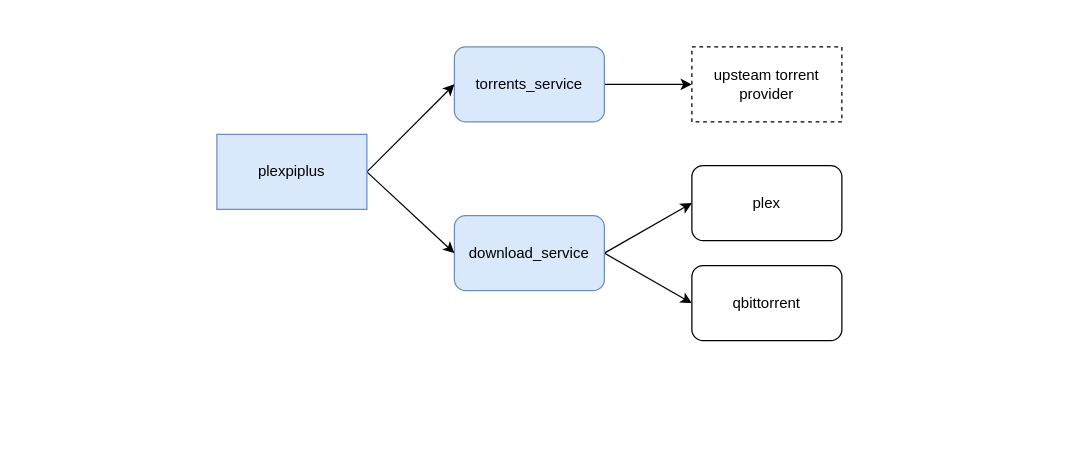
The draw.io diagram diagram/system.drawio in plexpi/plexpi, before the edit. Source tidied: cells renumbered, new cells numbered last; positions are measured from the earlier drawing's top-left corner, leaving out a move shared by most shapes. Both pictures are drawn from the tidied source at 125%, with x=0, y=0 at pixel (216, 46).
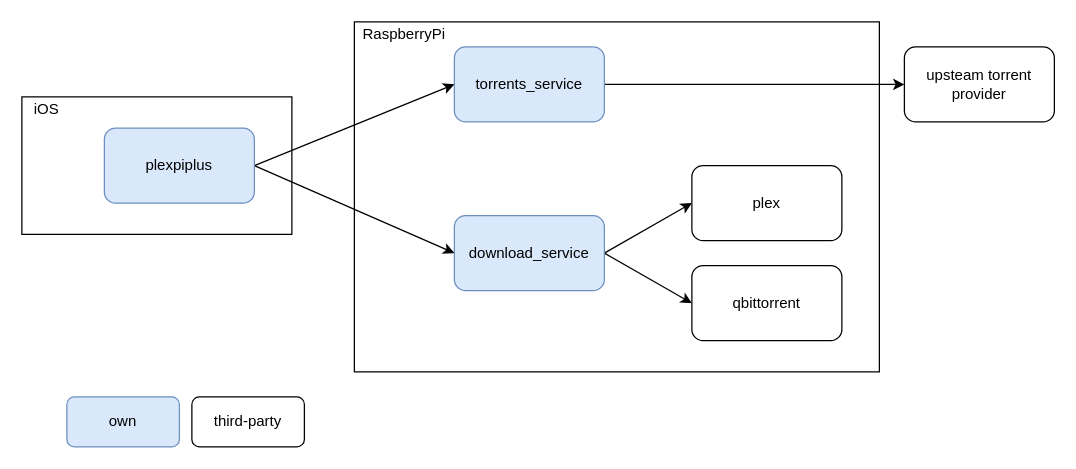
The same page after the edit.

The edit, as a diff of the source:
```diff
@@
+    <mxCell id="13" style="group;" parent="1" vertex="1">
+      <mxGeometry x="110" y="-20" width="420" height="280" as="geometry" />
+    </mxCell>
+    <mxCell id="14" style="rounded=0;whiteSpace=wrap;html=1;shadow=0;fillColor=none;" parent="13" vertex="1">
+      <mxGeometry width="420" height="280" as="geometry" />
+    </mxCell>
+    <mxCell id="15" value="RaspberryPi" style="text;html=1;strokeColor=none;fillColor=none;align=center;verticalAlign=middle;whiteSpace=wrap;rounded=0;shadow=0;" parent="13" vertex="1">
+      <mxGeometry x="20" width="40" height="20" as="geometry" />
+    </mxCell>
@@
+    <mxCell id="12" value="upsteam torrent provider" style="rounded=1;whiteSpace=wrap;html=1;" parent="1" vertex="1">
+      <mxGeometry x="550" width="120" height="60" as="geometry" />
+    </mxCell>
+    <mxCell id="16" style="group;" parent="1" vertex="1">
+      <mxGeometry x="-156" y="40" width="216" height="110" as="geometry" />
+    </mxCell>
+    <mxCell id="17" style="rounded=0;whiteSpace=wrap;html=1;shadow=0;fillColor=none;" parent="16" vertex="1">
+      <mxGeometry width="216" height="110" as="geometry" />
+    </mxCell>
+    <mxCell id="18" value="iOS" style="text;html=1;strokeColor=none;fillColor=none;align=center;verticalAlign=middle;whiteSpace=wrap;rounded=0;shadow=0;" parent="16" vertex="1">
+      <mxGeometry width="40" height="20" as="geometry" />
+    </mxCell>
-    <mxCell id="11" value="plexpiplus" style="rounded=0;whiteSpace=wrap;html=1;fillColor=#dae8fc;strokeColor=#6c8ebf;" parent="1" vertex="1">
-      <mxGeometry y="70" width="120" height="60" as="geometry" />
+    <mxCell id="11" value="plexpiplus" style="rounded=1;whiteSpace=wrap;html=1;fillColor=#dae8fc;strokeColor=#6c8ebf;shadow=0;" parent="16" vertex="1">
+      <mxGeometry x="66" y="25" width="120" height="60" as="geometry" />
     </mxCell>
-    <mxCell id="12" value="upsteam torrent provider" style="rounded=0;whiteSpace=wrap;html=1;dashed=1;" parent="1" vertex="1">
-      <mxGeometry x="380" width="120" height="60" as="geometry" />
-    </mxCell>
+    <mxCell id="19" value="own" style="rounded=1;whiteSpace=wrap;html=1;fillColor=#dae8fc;strokeColor=#6c8ebf;shadow=0;" parent="1" vertex="1">
+      <mxGeometry x="-120" y="280" width="90" height="40" as="geometry" />
+    </mxCell>
+    <mxCell id="20" value="third-party" style="rounded=1;whiteSpace=wrap;html=1;shadow=0;" parent="1" vertex="1">
+      <mxGeometry x="-20" y="280" width="90" height="40" as="geometry" />
+    </mxCell>
```
